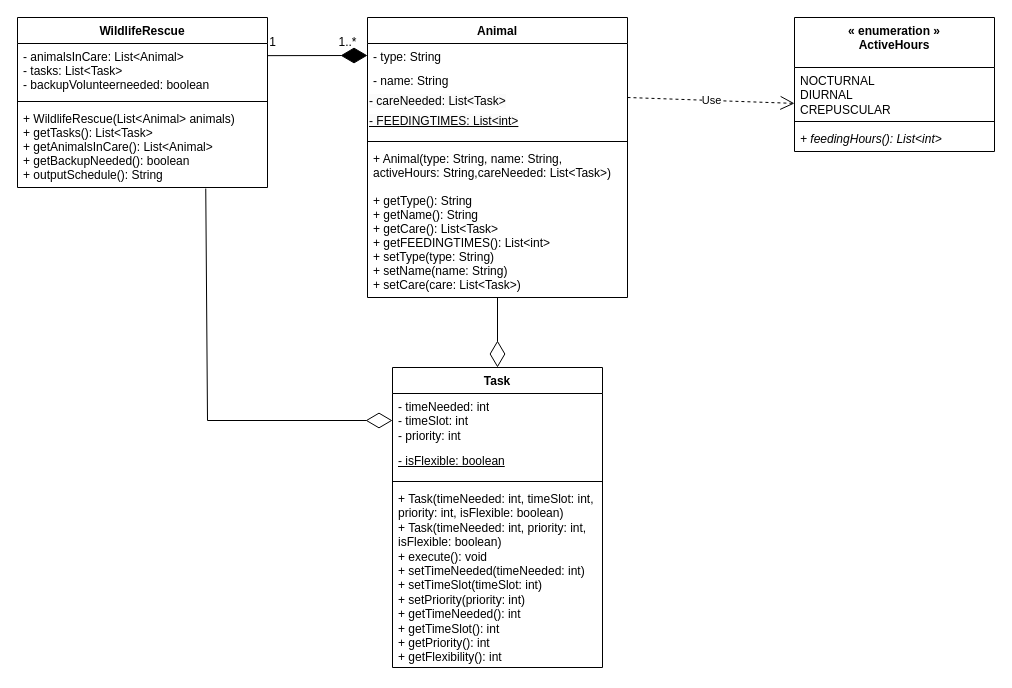
aryan-karadia/Mock-Schedule-Builder keeps this draw.io diagram as UML Diagram.drawio. Above is the earlier version. Source tidied: cells renumbered, new cells numbered last; positions are measured from the earlier drawing's top-left corner, leaving out a move shared by most shapes. Both pictures are drawn from the tidied source at 100%, with x=0, y=0 at pixel (17, 17).
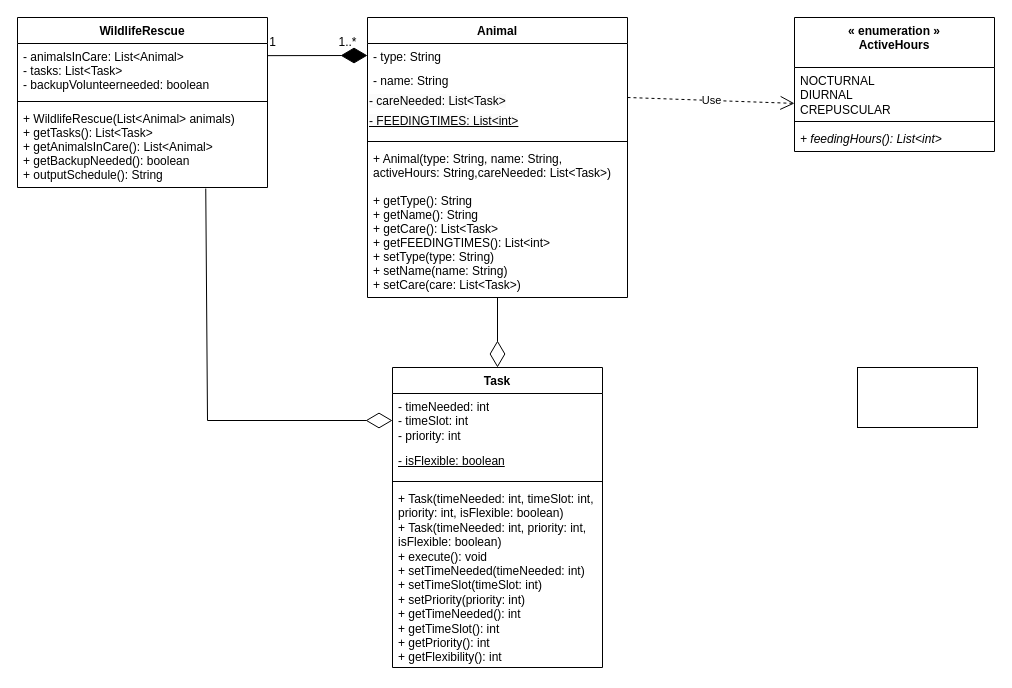
The same diagram, later.

Commit message:
Added a test box to see what happens

The edit, as a diff of the source:
```diff
@@
+    <mxCell id="28" style="rounded=0;whiteSpace=wrap;html=1;" parent="1" vertex="1">
+      <mxGeometry x="840" y="350" width="120" height="60" as="geometry" />
+    </mxCell>
```
